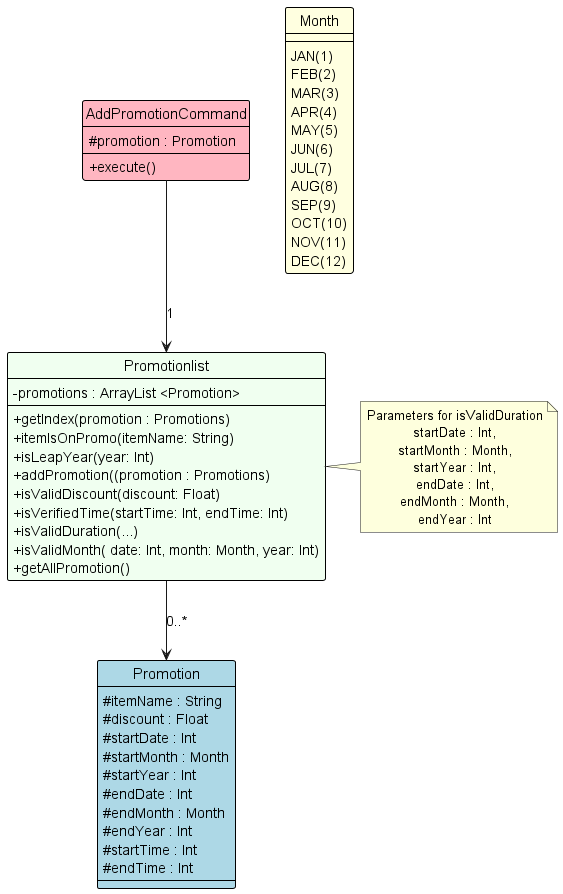
This is docs/Diagrams/Images/Promotion/AddPromotion_ClassDiagram.png from LowTL/tp, a PlantUML export, as it was before one commit.
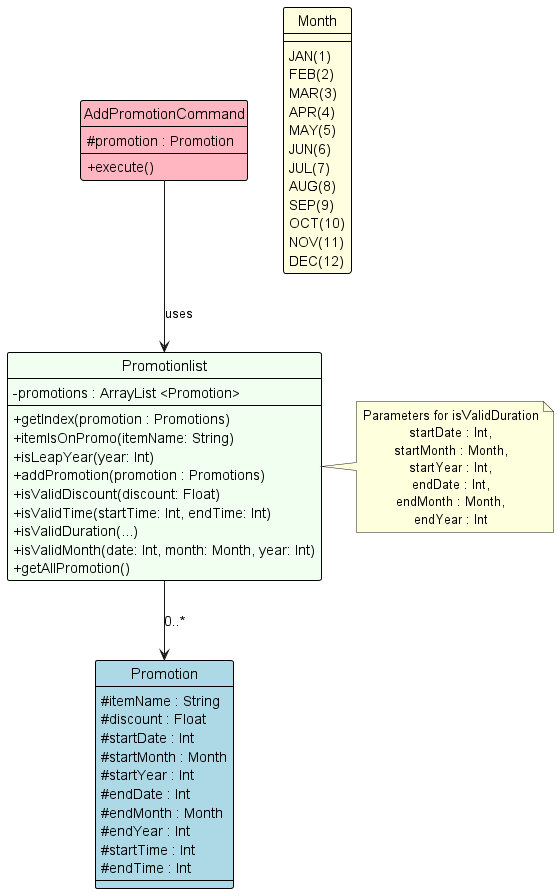
Later version of the same file.

Diff of the diagram source:
```diff
@@ -13,11 +13,11 @@
     + getIndex(promotion : Promotions)
     + itemIsOnPromo(itemName: String)
     + isLeapYear(year: Int)
-    + addPromotion((promotion : Promotions)
+    + addPromotion(promotion : Promotions)
     + isValidDiscount(discount: Float)
-    + isVerifiedTime(startTime: Int, endTime: Int)
+    + isValidTime(startTime: Int, endTime: Int)
     + isValidDuration(...)
-    + isValidMonth( date: Int, month: Month, year: Int)
+    + isValidMonth(date: Int, month: Month, year: Int)
     + getAllPromotion()
 }
 
@@ -60,7 +60,7 @@
     DEC(12)
 }
 
-AddPromotionCommand --> Promotionlist : 1
+AddPromotionCommand --> Promotionlist : uses
 Promotionlist --> Promotion : 0..*
 
 
```
